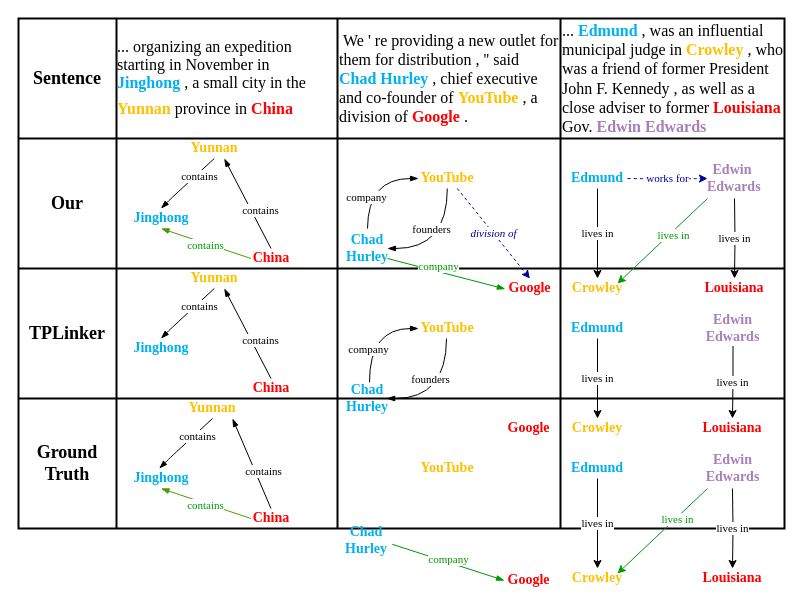
Earlier version of the draw.io diagram Untitled Diagram.drawio (zhangSchnee/gittest). Source tidied: cells renumbered, new cells numbered last; positions are measured from the earlier drawing's top-left corner, leaving out a move shared by most shapes. Both pictures are drawn from the tidied source at 100%, with x=0, y=0 at pixel (18, 18).
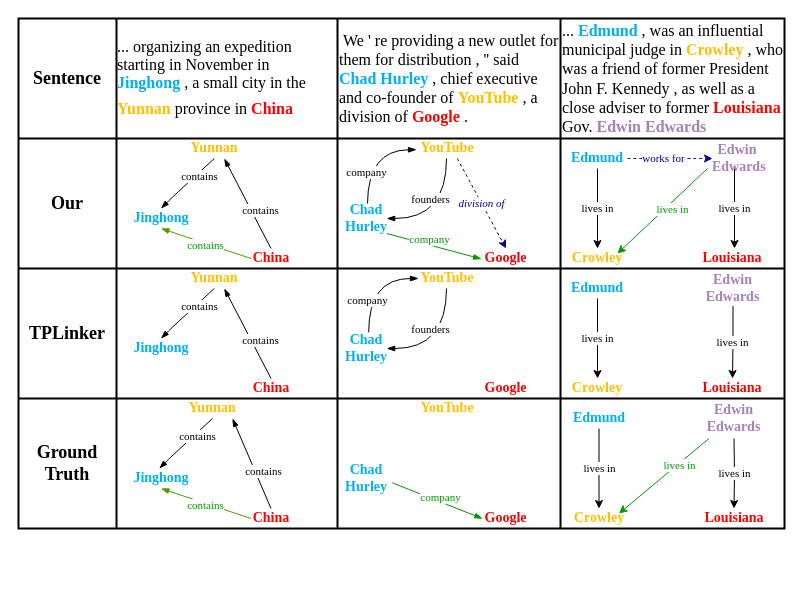
After the change.

Change to the diagram source:
```diff
@@
     <mxCell id="32" value="&lt;span style=&quot;color: rgb(0 , 176 , 240) ; font-family: &amp;#34;times new roman&amp;#34; ; font-weight: 700 ; text-align: left&quot;&gt;&lt;font style=&quot;font-size: 14px&quot;&gt;Chad Hurley&lt;/font&gt;&lt;/span&gt;" style="text;html=1;strokeColor=none;fillColor=none;align=center;verticalAlign=middle;whiteSpace=wrap;rounded=0;" parent="1" vertex="1">
-      <mxGeometry x="329" y="220" width="40" height="20" as="geometry" />
+      <mxGeometry x="328.2" y="185" width="40" height="30" as="geometry" />
     </mxCell>
-    <mxCell id="33" style="endArrow=none;html=1;startArrow=blockThin;startFill=1;endFill=0;edgeStyle=orthogonalEdgeStyle;curved=1;exitX=-0.219;exitY=0.5;exitDx=0;exitDy=0;exitPerimeter=0;" parent="1" edge="1" source="36">
-      <mxGeometry relative="1" as="geometry">
-        <mxPoint x="349" y="210" as="targetPoint" />
-      </mxGeometry>
-    </mxCell>
-    <mxCell id="34" value="&lt;font face=&quot;Times New Roman&quot;&gt;company&lt;/font&gt;" style="edgeLabel;html=1;align=center;verticalAlign=middle;" parent="33" vertex="1">
-      <mxGeometry x="0.37" y="-2" relative="1" as="geometry" />
-    </mxCell>
@@
     <mxCell id="36" value="&lt;span style=&quot;color: rgb(255 , 192 , 0) ; font-family: &amp;#34;times new roman&amp;#34; ; font-size: 14px ; font-weight: 700 ; text-align: left&quot;&gt;YouTube&lt;/span&gt;" style="text;html=1;strokeColor=none;fillColor=none;align=center;verticalAlign=middle;whiteSpace=wrap;rounded=0;" parent="1" vertex="1">
-      <mxGeometry x="408.8" y="150" width="40" height="20" as="geometry" />
+      <mxGeometry x="408.8" y="120" width="40" height="20" as="geometry" />
     </mxCell>
-    <mxCell id="37" style="endArrow=none;html=1;startArrow=blockThin;startFill=1;endFill=0;edgeStyle=orthogonalEdgeStyle;curved=1;exitX=1;exitY=0.5;exitDx=0;exitDy=0;entryX=0.5;entryY=1;entryDx=0;entryDy=0;" parent="1" edge="1" source="32" target="36">
-      <mxGeometry relative="1" as="geometry">
-        <Array as="points">
-          <mxPoint x="429" y="230" />
-        </Array>
-      </mxGeometry>
-    </mxCell>
-    <mxCell id="38" value="&lt;font face=&quot;Times New Roman&quot;&gt;founders&lt;/font&gt;" style="edgeLabel;html=1;align=center;verticalAlign=middle;" parent="37" vertex="1">
-      <mxGeometry x="0.37" y="-2" relative="1" as="geometry">
-        <mxPoint x="-18.3" y="2.2" as="offset" />
-      </mxGeometry>
-    </mxCell>
-    <mxCell id="39" value="&lt;font color=&quot;#000000&quot;&gt;lives in&lt;/font&gt;" style="edgeStyle=orthogonalEdgeStyle;rounded=0;jettySize=auto;html=1;exitX=0.5;exitY=1;exitDx=0;exitDy=0;entryX=0.5;entryY=0;entryDx=0;entryDy=0;strokeColor=#000000;fontColor=#00B0F0;fontFamily=Times New Roman;" parent="1" edge="1" source="41" target="42">
-      <mxGeometry relative="1" as="geometry" />
+    <mxCell id="39" value="&lt;font color=&quot;#000000&quot;&gt;lives in&lt;/font&gt;" style="edgeStyle=orthogonalEdgeStyle;rounded=0;jettySize=auto;html=1;exitX=0.5;exitY=1;exitDx=0;exitDy=0;entryX=0.5;entryY=0;entryDx=0;entryDy=0;strokeColor=#000000;fontColor=#00B0F0;fontFamily=Times New Roman;" parent="1" edge="1" source="41">
+      <mxGeometry relative="1" as="geometry">
+        <mxPoint x="579" y="230" as="targetPoint" />
+      </mxGeometry>
     </mxCell>
-    <mxCell id="40" value="&lt;font color=&quot;#000099&quot;&gt;works for&lt;/font&gt;" style="edgeStyle=orthogonalEdgeStyle;curved=1;rounded=0;jettySize=auto;html=1;entryX=0;entryY=0.5;entryDx=0;entryDy=0;dashed=1;strokeColor=#000099;fontFamily=Times New Roman;fontColor=#009900;" parent="1" edge="1" target="44">
-      <mxGeometry relative="1" as="geometry">
-        <mxPoint x="609" y="160" as="sourcePoint" />
-      </mxGeometry>
+    <mxCell id="40" value="&lt;font color=&quot;#000099&quot;&gt;works for&lt;/font&gt;" style="edgeStyle=orthogonalEdgeStyle;curved=1;rounded=0;jettySize=auto;html=1;entryX=0;entryY=0.5;entryDx=0;entryDy=0;dashed=1;strokeColor=#000099;fontFamily=Times New Roman;fontColor=#009900;exitX=1.25;exitY=0.5;exitDx=0;exitDy=0;exitPerimeter=0;" parent="1" edge="1" source="41" target="44">
+      <mxGeometry x="-0.16" relative="1" as="geometry" />
     </mxCell>
     <mxCell id="41" value="&lt;b&gt;&lt;font face=&quot;Times New Roman&quot; style=&quot;font-size: 14px&quot;&gt;Edmund&lt;/font&gt;&lt;/b&gt;" style="text;html=1;strokeColor=none;fillColor=none;align=center;verticalAlign=middle;whiteSpace=wrap;rounded=0;fontColor=#00B0F0;" parent="1" vertex="1">
-      <mxGeometry x="559" y="150" width="40" height="20" as="geometry" />
+      <mxGeometry x="559" y="130" width="40" height="20" as="geometry" />
     </mxCell>
     <mxCell id="42" value="&lt;font color=&quot;#ffc000&quot; face=&quot;Times New Roman&quot; size=&quot;1&quot;&gt;&lt;b style=&quot;font-size: 14px&quot;&gt;Crowley&lt;/b&gt;&lt;/font&gt;" style="text;html=1;strokeColor=none;fillColor=none;align=center;verticalAlign=middle;whiteSpace=wrap;rounded=0;fontColor=#00B0F0;" parent="1" vertex="1">
-      <mxGeometry x="559" y="260" width="40" height="20" as="geometry" />
+      <mxGeometry x="559" y="230" width="40" height="20" as="geometry" />
     </mxCell>
-    <mxCell id="43" value="&lt;font color=&quot;#000000&quot;&gt;lives in&lt;/font&gt;" style="edgeStyle=orthogonalEdgeStyle;rounded=0;jettySize=auto;html=1;entryX=0.5;entryY=0;entryDx=0;entryDy=0;fontFamily=Times New Roman;fontColor=#009900;" parent="1" edge="1" target="45">
+    <mxCell id="43" value="&lt;font color=&quot;#000000&quot;&gt;lives in&lt;/font&gt;" style="edgeStyle=orthogonalEdgeStyle;rounded=0;orthogonalLoop=1;jettySize=auto;html=1;entryX=0.5;entryY=0;entryDx=0;entryDy=0;fontFamily=Times New Roman;fontColor=#009900;" parent="1" edge="1">
       <mxGeometry relative="1" as="geometry">
-        <mxPoint x="716" y="180" as="sourcePoint" />
+        <mxPoint x="716" y="150" as="sourcePoint" />
+        <mxPoint x="716" y="230" as="targetPoint" />
       </mxGeometry>
     </mxCell>
     <mxCell id="44" value="&lt;b&gt;&lt;font style=&quot;font-size: 14px&quot;&gt;Edwin&lt;br&gt;&amp;nbsp;Edwards&lt;/font&gt;&lt;/b&gt;" style="text;html=1;strokeColor=none;fillColor=none;align=center;verticalAlign=middle;whiteSpace=wrap;rounded=0;fontFamily=Times New Roman;fontColor=#A680B8;" parent="1" vertex="1">
-      <mxGeometry x="689" y="150" width="50" height="20" as="geometry" />
+      <mxGeometry x="694" y="130" width="50" height="20" as="geometry" />
     </mxCell>
     <mxCell id="45" value="&lt;font face=&quot;Times New Roman&quot; color=&quot;#ff0000&quot; size=&quot;1&quot;&gt;&lt;b style=&quot;font-size: 14px&quot;&gt;Louisiana&lt;/b&gt;&lt;/font&gt;" style="text;html=1;strokeColor=none;fillColor=none;align=center;verticalAlign=middle;whiteSpace=wrap;rounded=0;fontColor=#00B0F0;" parent="1" vertex="1">
-      <mxGeometry x="696" y="260" width="40" height="20" as="geometry" />
+      <mxGeometry x="694" y="230" width="40" height="20" as="geometry" />
     </mxCell>
-    <mxCell id="46" style="endArrow=classic;html=1;fontFamily=Times New Roman;entryX=1;entryY=0.25;entryDx=0;entryDy=0;fontColor=#009900;strokeColor=#009900;" parent="1" edge="1" target="42">
+    <mxCell id="46" style="endArrow=classic;html=1;fontFamily=Times New Roman;entryX=1;entryY=0.25;entryDx=0;entryDy=0;fontColor=#009900;strokeColor=#009900;" parent="1" edge="1">
       <mxGeometry relative="1" as="geometry">
-        <mxPoint x="689" y="180" as="sourcePoint" />
+        <mxPoint x="689" y="150" as="sourcePoint" />
+        <mxPoint x="599" y="235" as="targetPoint" />
       </mxGeometry>
     </mxCell>
     <mxCell id="47" value="&lt;font color=&quot;#009900&quot;&gt;lives in&lt;/font&gt;" style="edgeLabel;html=1;align=center;verticalAlign=middle;fontFamily=Times New Roman;fontColor=#A680B8;" parent="46" vertex="1">
       <mxGeometry x="-0.31" y="1" relative="1" as="geometry">
-        <mxPoint x="-4.4" y="6.2" as="offset" />
+        <mxPoint x="-4.9" y="10.2" as="offset" />
       </mxGeometry>
     </mxCell>
@@
     <mxCell id="50" value="&lt;span style=&quot;color: rgb(255 , 0 , 0) ; font-family: &amp;#34;times new roman&amp;#34; ; font-weight: 700 ; text-align: left&quot;&gt;&lt;font style=&quot;font-size: 14px&quot;&gt;Google&lt;/font&gt;&lt;/span&gt;" style="text;html=1;strokeColor=none;fillColor=none;align=center;verticalAlign=middle;whiteSpace=wrap;rounded=0;" parent="1" vertex="1">
-      <mxGeometry x="492.8" y="260" width="37.2" height="20" as="geometry" />
+      <mxGeometry x="469" y="230" width="37.2" height="20" as="geometry" />
     </mxCell>
     <mxCell id="51" value="&lt;span style=&quot;color: rgb(0 , 176 , 240) ; font-family: &amp;#34;times new roman&amp;#34; ; font-weight: 700 ; text-align: left&quot;&gt;&lt;font style=&quot;font-size: 14px&quot;&gt;Chad Hurley&lt;/font&gt;&lt;/span&gt;" style="text;html=1;strokeColor=none;fillColor=none;align=center;verticalAlign=middle;whiteSpace=wrap;rounded=0;" parent="1" vertex="1">
-      <mxGeometry x="329" y="370" width="40" height="20" as="geometry" />
+      <mxGeometry x="328.2" y="320" width="40" height="20" as="geometry" />
     </mxCell>
@@
     <mxCell id="54" value="&lt;span style=&quot;color: rgb(255 , 192 , 0) ; font-family: &amp;#34;times new roman&amp;#34; ; font-size: 14px ; font-weight: 700 ; text-align: left&quot;&gt;YouTube&lt;/span&gt;" style="text;html=1;strokeColor=none;fillColor=none;align=center;verticalAlign=middle;whiteSpace=wrap;rounded=0;" parent="1" vertex="1">
-      <mxGeometry x="408.8" y="300" width="40" height="20" as="geometry" />
+      <mxGeometry x="408.8" y="250" width="40" height="20" as="geometry" />
     </mxCell>
     <mxCell id="55" value="&lt;span style=&quot;color: rgb(255 , 0 , 0) ; font-family: &amp;#34;times new roman&amp;#34; ; font-weight: 700 ; text-align: left&quot;&gt;&lt;font style=&quot;font-size: 14px&quot;&gt;Google&lt;/font&gt;&lt;/span&gt;" style="text;html=1;strokeColor=none;fillColor=none;align=center;verticalAlign=middle;whiteSpace=wrap;rounded=0;" parent="1" vertex="1">
-      <mxGeometry x="492" y="400" width="37.2" height="20" as="geometry" />
+      <mxGeometry x="469" y="360" width="37.2" height="20" as="geometry" />
     </mxCell>
     <mxCell id="56" value="&lt;span style=&quot;color: rgb(0 , 176 , 240) ; font-family: &amp;#34;times new roman&amp;#34; ; font-weight: 700 ; text-align: left&quot;&gt;&lt;font style=&quot;font-size: 14px&quot;&gt;Chad Hurley&lt;/font&gt;&lt;/span&gt;" style="text;html=1;strokeColor=none;fillColor=none;align=center;verticalAlign=middle;whiteSpace=wrap;rounded=0;" parent="1" vertex="1">
-      <mxGeometry x="328.2" y="511.5" width="40" height="20" as="geometry" />
+      <mxGeometry x="328.2" y="450" width="40" height="20" as="geometry" />
     </mxCell>
     <mxCell id="57" value="&lt;span style=&quot;color: rgb(255 , 192 , 0) ; font-family: &amp;#34;times new roman&amp;#34; ; font-size: 14px ; font-weight: 700 ; text-align: left&quot;&gt;YouTube&lt;/span&gt;" style="text;html=1;strokeColor=none;fillColor=none;align=center;verticalAlign=middle;whiteSpace=wrap;rounded=0;" parent="1" vertex="1">
-      <mxGeometry x="408.8" y="440" width="40" height="20" as="geometry" />
+      <mxGeometry x="408.8" y="380" width="40" height="20" as="geometry" />
     </mxCell>
-    <mxCell id="58" style="endArrow=none;html=1;startArrow=blockThin;startFill=1;endFill=0;rounded=1;strokeColor=#009900;entryX=1.139;entryY=0.715;entryDx=0;entryDy=0;entryPerimeter=0;" parent="1" edge="1" target="56">
-      <mxGeometry relative="1" as="geometry">
-        <mxPoint x="486" y="562" as="sourcePoint" />
-      </mxGeometry>
+    <mxCell id="58" style="endArrow=none;html=1;startArrow=blockThin;startFill=1;endFill=0;rounded=1;strokeColor=#009900;entryX=1.139;entryY=0.715;entryDx=0;entryDy=0;entryPerimeter=0;exitX=-0.129;exitY=0.51;exitDx=0;exitDy=0;exitPerimeter=0;" parent="1" edge="1" source="60" target="56">
+      <mxGeometry relative="1" as="geometry" />
     </mxCell>
@@
     <mxCell id="60" value="&lt;span style=&quot;color: rgb(255 , 0 , 0) ; font-family: &amp;#34;times new roman&amp;#34; ; font-weight: 700 ; text-align: left&quot;&gt;&lt;font style=&quot;font-size: 14px&quot;&gt;Google&lt;/font&gt;&lt;/span&gt;" style="text;html=1;strokeColor=none;fillColor=none;align=center;verticalAlign=middle;whiteSpace=wrap;rounded=0;" parent="1" vertex="1">
-      <mxGeometry x="492" y="551.5" width="37.2" height="20" as="geometry" />
+      <mxGeometry x="469" y="490" width="37.2" height="20" as="geometry" />
     </mxCell>
-    <mxCell id="61" style="endArrow=none;html=1;startArrow=blockThin;startFill=1;endFill=0;edgeStyle=orthogonalEdgeStyle;curved=1;exitX=1;exitY=0.5;exitDx=0;exitDy=0;entryX=0.5;entryY=1;entryDx=0;entryDy=0;" parent="1" edge="1">
-      <mxGeometry relative="1" as="geometry">
-        <mxPoint x="368.2" y="380" as="sourcePoint" />
-        <mxPoint x="428" y="320" as="targetPoint" />
-        <Array as="points">
-          <mxPoint x="428.2" y="380" />
-        </Array>
-      </mxGeometry>
-    </mxCell>
-    <mxCell id="62" value="&lt;font face=&quot;Times New Roman&quot;&gt;founders&lt;/font&gt;" style="edgeLabel;html=1;align=center;verticalAlign=middle;" parent="61" vertex="1">
-      <mxGeometry x="0.37" y="-2" relative="1" as="geometry">
-        <mxPoint x="-18.3" y="2.2" as="offset" />
-      </mxGeometry>
-    </mxCell>
@@
     <mxCell id="64" value="&lt;b&gt;&lt;font face=&quot;Times New Roman&quot; style=&quot;font-size: 14px&quot;&gt;Edmund&lt;/font&gt;&lt;/b&gt;" style="text;html=1;strokeColor=none;fillColor=none;align=center;verticalAlign=middle;whiteSpace=wrap;rounded=0;fontColor=#00B0F0;" parent="1" vertex="1">
-      <mxGeometry x="559" y="300" width="40" height="20" as="geometry" />
+      <mxGeometry x="559" y="260" width="40" height="20" as="geometry" />
     </mxCell>
     <mxCell id="65" value="&lt;font color=&quot;#ffc000&quot; face=&quot;Times New Roman&quot; size=&quot;1&quot;&gt;&lt;b style=&quot;font-size: 14px&quot;&gt;Crowley&lt;/b&gt;&lt;/font&gt;" style="text;html=1;strokeColor=none;fillColor=none;align=center;verticalAlign=middle;whiteSpace=wrap;rounded=0;fontColor=#00B0F0;" parent="1" vertex="1">
-      <mxGeometry x="559" y="400" width="40" height="20" as="geometry" />
+      <mxGeometry x="559" y="360" width="40" height="20" as="geometry" />
     </mxCell>
@@
     <mxCell id="67" value="&lt;b&gt;&lt;font style=&quot;font-size: 14px&quot;&gt;Edwin &lt;br&gt;Edwards&lt;/font&gt;&lt;/b&gt;" style="text;html=1;strokeColor=none;fillColor=none;align=center;verticalAlign=middle;whiteSpace=wrap;rounded=0;fontFamily=Times New Roman;fontColor=#A680B8;" parent="1" vertex="1">
-      <mxGeometry x="682.5" y="300" width="63" height="20" as="geometry" />
+      <mxGeometry x="682.5" y="260" width="63" height="20" as="geometry" />
     </mxCell>
     <mxCell id="68" value="&lt;font face=&quot;Times New Roman&quot; color=&quot;#ff0000&quot; size=&quot;1&quot;&gt;&lt;b style=&quot;font-size: 14px&quot;&gt;Louisiana&lt;/b&gt;&lt;/font&gt;" style="text;html=1;strokeColor=none;fillColor=none;align=center;verticalAlign=middle;whiteSpace=wrap;rounded=0;fontColor=#00B0F0;" parent="1" vertex="1">
-      <mxGeometry x="694" y="400" width="40" height="20" as="geometry" />
+      <mxGeometry x="694" y="360" width="40" height="20" as="geometry" />
     </mxCell>
@@
     <mxCell id="70" value="&lt;b&gt;&lt;font face=&quot;Times New Roman&quot; style=&quot;font-size: 14px&quot;&gt;Edmund&lt;/font&gt;&lt;/b&gt;" style="text;html=1;strokeColor=none;fillColor=none;align=center;verticalAlign=middle;whiteSpace=wrap;rounded=0;fontColor=#00B0F0;" parent="1" vertex="1">
-      <mxGeometry x="559" y="440" width="40" height="20" as="geometry" />
+      <mxGeometry x="560.5" y="390" width="40" height="20" as="geometry" />
     </mxCell>
     <mxCell id="71" value="&lt;font color=&quot;#ffc000&quot; face=&quot;Times New Roman&quot; size=&quot;1&quot;&gt;&lt;b style=&quot;font-size: 14px&quot;&gt;Crowley&lt;/b&gt;&lt;/font&gt;" style="text;html=1;strokeColor=none;fillColor=none;align=center;verticalAlign=middle;whiteSpace=wrap;rounded=0;fontColor=#00B0F0;" parent="1" vertex="1">
-      <mxGeometry x="559" y="550" width="40" height="20" as="geometry" />
+      <mxGeometry x="560.5" y="490" width="40" height="20" as="geometry" />
     </mxCell>
     <mxCell id="72" value="&lt;font color=&quot;#000000&quot;&gt;lives in&lt;/font&gt;" style="edgeStyle=orthogonalEdgeStyle;rounded=0;jettySize=auto;html=1;entryX=0.5;entryY=0;entryDx=0;entryDy=0;fontFamily=Times New Roman;fontColor=#009900;" parent="1" edge="1" target="74">
       <mxGeometry relative="1" as="geometry">
-        <mxPoint x="714" y="470" as="sourcePoint" />
+        <mxPoint x="715.5" y="420" as="sourcePoint" />
       </mxGeometry>
     </mxCell>
     <mxCell id="73" value="&lt;b&gt;&lt;font style=&quot;font-size: 14px&quot;&gt;Edwin &lt;br&gt;Edwards&lt;/font&gt;&lt;/b&gt;" style="text;html=1;strokeColor=none;fillColor=none;align=center;verticalAlign=middle;whiteSpace=wrap;rounded=0;fontFamily=Times New Roman;fontColor=#A680B8;" parent="1" vertex="1">
-      <mxGeometry x="685.5" y="440" width="57" height="20" as="geometry" />
+      <mxGeometry x="687" y="390" width="57" height="20" as="geometry" />
     </mxCell>
     <mxCell id="74" value="&lt;font face=&quot;Times New Roman&quot; color=&quot;#ff0000&quot; size=&quot;1&quot;&gt;&lt;b style=&quot;font-size: 14px&quot;&gt;Louisiana&lt;/b&gt;&lt;/font&gt;" style="text;html=1;strokeColor=none;fillColor=none;align=center;verticalAlign=middle;whiteSpace=wrap;rounded=0;fontColor=#00B0F0;" parent="1" vertex="1">
-      <mxGeometry x="694" y="550" width="40" height="20" as="geometry" />
+      <mxGeometry x="695.5" y="490" width="40" height="20" as="geometry" />
     </mxCell>
     <mxCell id="75" style="endArrow=classic;html=1;fontFamily=Times New Roman;entryX=1;entryY=0.25;entryDx=0;entryDy=0;fontColor=#009900;strokeColor=#009900;" parent="1" edge="1" target="71">
       <mxGeometry relative="1" as="geometry">
-        <mxPoint x="689" y="470" as="sourcePoint" />
+        <mxPoint x="690.5" y="420" as="sourcePoint" />
       </mxGeometry>
     </mxCell>
@@
+    <mxCell id="93" style="endArrow=none;html=1;startArrow=blockThin;startFill=1;endFill=0;edgeStyle=orthogonalEdgeStyle;curved=1;exitX=-0.219;exitY=0.5;exitDx=0;exitDy=0;entryX=0.55;entryY=-0.31;entryDx=0;entryDy=0;exitPerimeter=0;entryPerimeter=0;" parent="1" edge="1">
+      <mxGeometry relative="1" as="geometry">
+        <mxPoint x="398" y="131.2" as="sourcePoint" />
+        <mxPoint x="349" y="185" as="targetPoint" />
+      </mxGeometry>
+    </mxCell>
+    <mxCell id="34" value="&lt;font face=&quot;Times New Roman&quot;&gt;company&lt;/font&gt;" style="edgeLabel;html=1;align=center;verticalAlign=middle;" parent="93" vertex="1">
+      <mxGeometry x="0.37" y="-2" relative="1" as="geometry" />
+    </mxCell>
+    <mxCell id="94" style="endArrow=none;html=1;startArrow=blockThin;startFill=1;endFill=0;edgeStyle=orthogonalEdgeStyle;curved=1;exitX=1;exitY=0.5;exitDx=0;exitDy=0;entryX=0.5;entryY=1;entryDx=0;entryDy=0;" parent="1" edge="1">
+      <mxGeometry relative="1" as="geometry">
+        <mxPoint x="368.2" y="200" as="sourcePoint" />
+        <mxPoint x="428" y="140" as="targetPoint" />
+        <Array as="points">
+          <mxPoint x="428.2" y="200" />
+        </Array>
+      </mxGeometry>
+    </mxCell>
+    <mxCell id="95" value="&lt;font face=&quot;Times New Roman&quot;&gt;founders&lt;/font&gt;" style="edgeLabel;html=1;align=center;verticalAlign=middle;" parent="94" vertex="1">
+      <mxGeometry x="0.37" y="-2" relative="1" as="geometry">
+        <mxPoint x="-18.3" y="2.2" as="offset" />
+      </mxGeometry>
+    </mxCell>
+    <mxCell id="96" style="endArrow=none;html=1;startArrow=blockThin;startFill=1;endFill=0;edgeStyle=orthogonalEdgeStyle;curved=1;exitX=1;exitY=0.5;exitDx=0;exitDy=0;entryX=0.5;entryY=1;entryDx=0;entryDy=0;" parent="1" edge="1">
+      <mxGeometry relative="1" as="geometry">
+        <mxPoint x="368.2" y="330" as="sourcePoint" />
+        <mxPoint x="428" y="270" as="targetPoint" />
+        <Array as="points">
+          <mxPoint x="428.2" y="330" />
+        </Array>
+      </mxGeometry>
+    </mxCell>
+    <mxCell id="97" value="&lt;font face=&quot;Times New Roman&quot;&gt;founders&lt;/font&gt;" style="edgeLabel;html=1;align=center;verticalAlign=middle;" parent="96" vertex="1">
+      <mxGeometry x="0.37" y="-2" relative="1" as="geometry">
+        <mxPoint x="-18.3" y="2.2" as="offset" />
+      </mxGeometry>
+    </mxCell>
```
